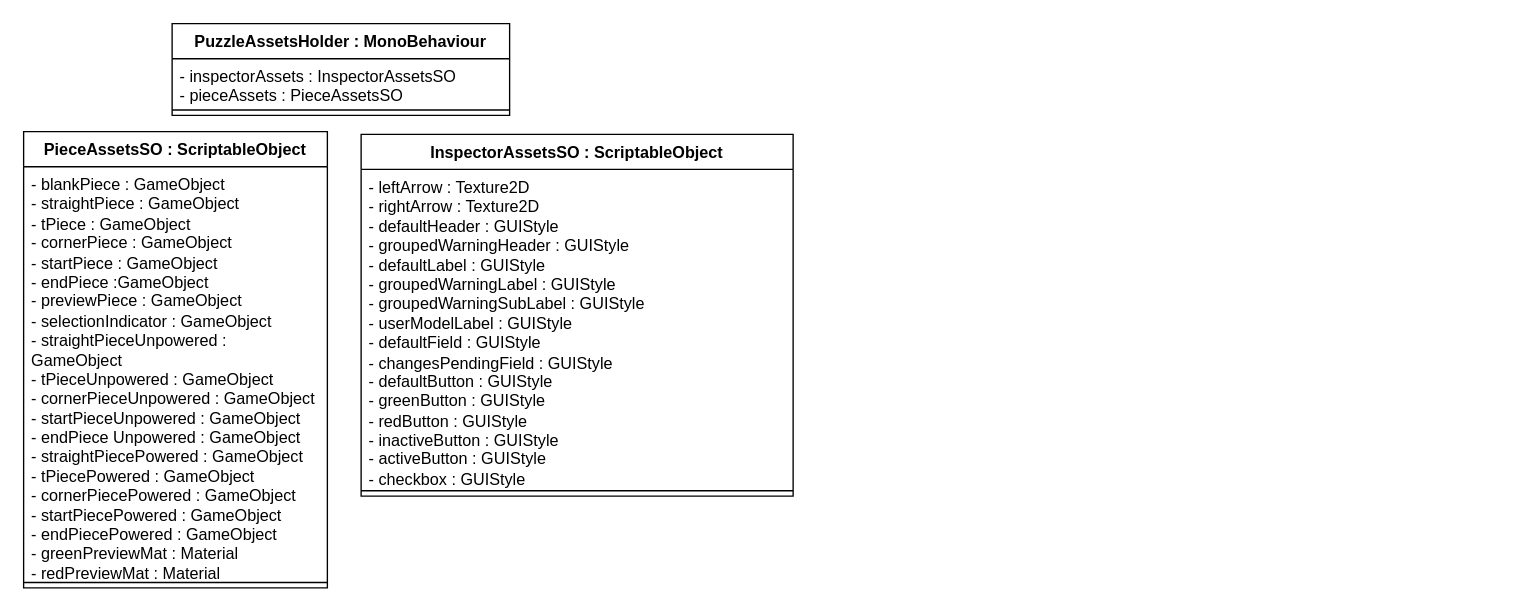
This is CircuitPuzzleDiagram.drawio from RafaelBarbosa1997/Circuit-Puzzle, a draw.io file, before an edit. Source tidied: cells renumbered, new cells numbered last; positions are measured from the earlier drawing's top-left corner, leaving out a move shared by most shapes. Both pictures are drawn from the tidied source at 135%, with x=0, y=0 at pixel (23, 23).
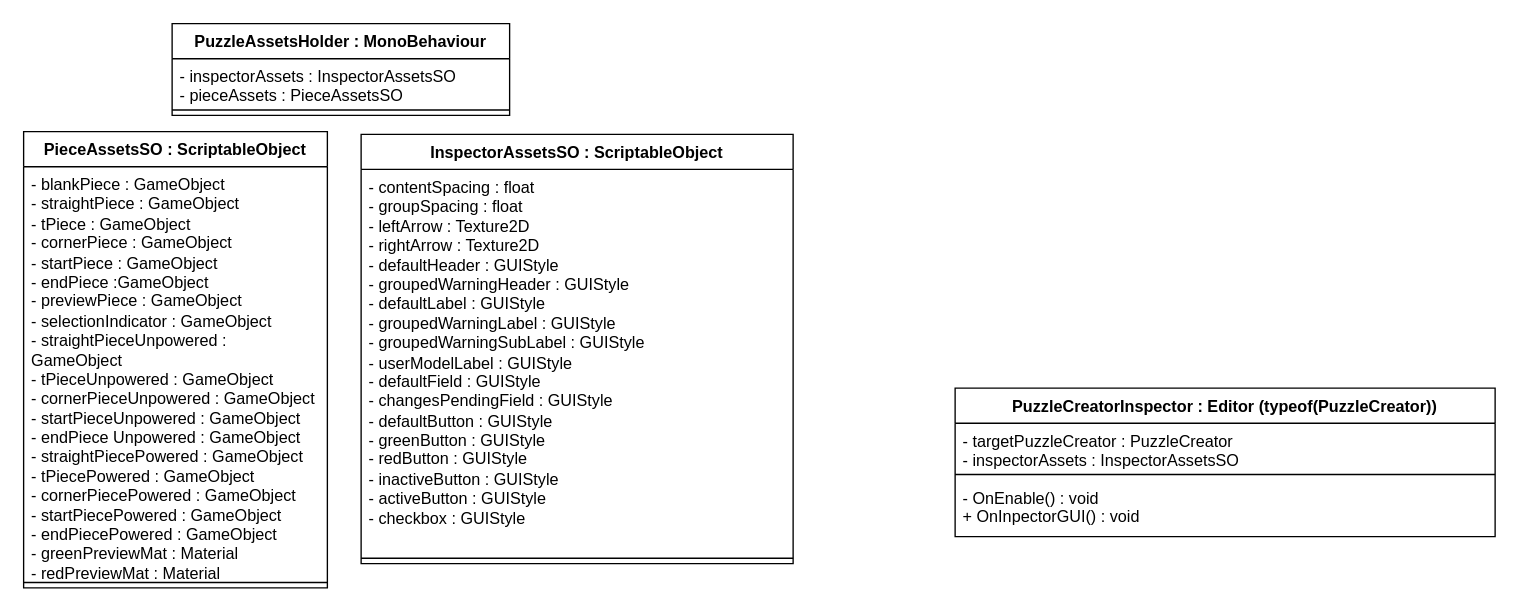
The same diagram, later.

Change to the diagram source:
```diff
@@
 <mxGraphModel>
   <root>
     <mxCell id="0" />
     <mxCell id="1" parent="0" />
     <mxCell id="2" value="PuzzleAssetsHolder : MonoBehaviour" style="swimlane;fontStyle=1;align=center;verticalAlign=top;horizontal=1;startSize=26;whiteSpace=wrap;html=1;" parent="1" vertex="1">
       <mxGeometry x="110" width="250" height="68" as="geometry" />
     </mxCell>
     <mxCell id="3" value="- inspectorAssets : InspectorAssetsSO&lt;div&gt;- pieceAssets : PieceAssetsSO&lt;/div&gt;" style="text;strokeColor=none;fillColor=none;align=left;verticalAlign=top;spacingLeft=4;spacingRight=4;overflow=hidden;whiteSpace=wrap;html=1;" parent="2" vertex="1">
       <mxGeometry y="26" width="250" height="34" as="geometry" />
     </mxCell>
     <mxCell id="4" style="line;strokeWidth=1;fillColor=none;align=left;verticalAlign=middle;spacingTop=-1;spacingLeft=3;spacingRight=3;labelPosition=right;strokeColor=inherit;" parent="2" vertex="1">
       <mxGeometry y="60" width="250" height="8" as="geometry" />
     </mxCell>
     <mxCell id="5" value="PieceAssetsSO : ScriptableObject" style="swimlane;fontStyle=1;align=center;verticalAlign=top;horizontal=1;startSize=26;whiteSpace=wrap;html=1;" parent="1" vertex="1">
       <mxGeometry y="80" width="225" height="338" as="geometry" />
     </mxCell>
     <mxCell id="6" value="- blankPiece : GameObject&lt;div&gt;- straightPiece : GameObject&lt;/div&gt;&lt;div&gt;- tPiece : GameObject&lt;/div&gt;&lt;div&gt;- cornerPiece : GameObject&lt;/div&gt;&lt;div&gt;- startPiece : GameObject&lt;/div&gt;&lt;div&gt;- endPiece :GameObject&lt;/div&gt;&lt;div&gt;- previewPiece : GameObject&lt;/div&gt;&lt;div&gt;- selectionIndicator : GameObject&lt;/div&gt;&lt;div&gt;- straightPieceUnpowered : GameObject&lt;/div&gt;&lt;div&gt;- tPieceUnpowered : GameObject&lt;/div&gt;&lt;div&gt;- cornerPieceUnpowered : GameObject&lt;/div&gt;&lt;div&gt;- startPieceUnpowered : GameObject&lt;/div&gt;&lt;div&gt;- endPiece Unpowered : GameObject&lt;/div&gt;&lt;div&gt;- straightPiecePowered : GameObject&lt;/div&gt;&lt;div&gt;- tPiecePowered : GameObject&lt;/div&gt;&lt;div&gt;- cornerPiecePowered : GameObject&lt;/div&gt;&lt;div&gt;- startPiecePowered : GameObject&lt;/div&gt;&lt;div&gt;- endPiecePowered : GameObject&lt;/div&gt;&lt;div&gt;- greenPreviewMat : Material&lt;/div&gt;&lt;div&gt;- redPreviewMat : Material&lt;/div&gt;" style="text;strokeColor=none;fillColor=none;align=left;verticalAlign=top;spacingLeft=4;spacingRight=4;overflow=hidden;whiteSpace=wrap;html=1;" parent="5" vertex="1">
       <mxGeometry y="26" width="225" height="304" as="geometry" />
     </mxCell>
     <mxCell id="7" style="line;strokeWidth=1;fillColor=none;align=left;verticalAlign=middle;spacingTop=-1;spacingLeft=3;spacingRight=3;labelPosition=right;strokeColor=inherit;" parent="5" vertex="1">
       <mxGeometry y="330" width="225" height="8" as="geometry" />
     </mxCell>
     <mxCell id="8" value="InspectorAssetsSO : ScriptableObject" style="swimlane;fontStyle=1;align=center;verticalAlign=top;horizontal=1;startSize=26;whiteSpace=wrap;html=1;" parent="1" vertex="1">
-      <mxGeometry x="250" y="82" width="320" height="268" as="geometry" />
+      <mxGeometry x="250" y="82" width="320" height="318" as="geometry" />
     </mxCell>
-    <mxCell id="9" value="- leftArrow : Texture2D&lt;div&gt;- rightArrow : Texture2D&lt;/div&gt;&lt;div&gt;- defaultHeader : GUIStyle&lt;/div&gt;&lt;div&gt;- groupedWarningHeader : GUIStyle&lt;/div&gt;&lt;div&gt;- defaultLabel : GUIStyle&lt;/div&gt;&lt;div&gt;- groupedWarningLabel : GUIStyle&lt;/div&gt;&lt;div&gt;- groupedWarningSubLabel : GUIStyle&lt;/div&gt;&lt;div&gt;- userModelLabel : GUIStyle&lt;/div&gt;&lt;div&gt;- defaultField : GUIStyle&lt;/div&gt;&lt;div&gt;- changesPendingField : GUIStyle&lt;/div&gt;&lt;div&gt;- defaultButton : GUIStyle&lt;/div&gt;&lt;div&gt;- greenButton : GUIStyle&lt;/div&gt;&lt;div&gt;- redButton : GUIStyle&lt;/div&gt;&lt;div&gt;- inactiveButton : GUIStyle&lt;/div&gt;&lt;div&gt;- activeButton : GUIStyle&lt;/div&gt;&lt;div&gt;- checkbox : GUIStyle&lt;/div&gt;" style="text;strokeColor=none;fillColor=none;align=left;verticalAlign=top;spacingLeft=4;spacingRight=4;overflow=hidden;whiteSpace=wrap;html=1;" parent="8" vertex="1">
-      <mxGeometry y="26" width="320" height="234" as="geometry" />
+    <mxCell id="9" value="&lt;div&gt;- contentSpacing : float&lt;/div&gt;&lt;div&gt;- groupSpacing : float&lt;/div&gt;- leftArrow : Texture2D&lt;div&gt;- rightArrow : Texture2D&lt;/div&gt;&lt;div&gt;- defaultHeader : GUIStyle&lt;/div&gt;&lt;div&gt;- groupedWarningHeader : GUIStyle&lt;/div&gt;&lt;div&gt;- defaultLabel : GUIStyle&lt;/div&gt;&lt;div&gt;- groupedWarningLabel : GUIStyle&lt;/div&gt;&lt;div&gt;- groupedWarningSubLabel : GUIStyle&lt;/div&gt;&lt;div&gt;- userModelLabel : GUIStyle&lt;/div&gt;&lt;div&gt;- defaultField : GUIStyle&lt;/div&gt;&lt;div&gt;- changesPendingField : GUIStyle&lt;/div&gt;&lt;div&gt;- defaultButton : GUIStyle&lt;/div&gt;&lt;div&gt;- greenButton : GUIStyle&lt;/div&gt;&lt;div&gt;- redButton : GUIStyle&lt;/div&gt;&lt;div&gt;- inactiveButton : GUIStyle&lt;/div&gt;&lt;div&gt;- activeButton : GUIStyle&lt;/div&gt;&lt;div&gt;- checkbox : GUIStyle&lt;/div&gt;" style="text;strokeColor=none;fillColor=none;align=left;verticalAlign=top;spacingLeft=4;spacingRight=4;overflow=hidden;whiteSpace=wrap;html=1;" parent="8" vertex="1">
+      <mxGeometry y="26" width="320" height="284" as="geometry" />
     </mxCell>
     <mxCell id="10" style="line;strokeWidth=1;fillColor=none;align=left;verticalAlign=middle;spacingTop=-1;spacingLeft=3;spacingRight=3;labelPosition=right;strokeColor=inherit;" parent="8" vertex="1">
-      <mxGeometry y="260" width="320" height="8" as="geometry" />
+      <mxGeometry y="310" width="320" height="8" as="geometry" />
     </mxCell>
+    <mxCell id="11" value="PuzzleCreatorInspector : Editor (typeof(PuzzleCreator))" style="swimlane;fontStyle=1;align=center;verticalAlign=top;horizontal=1;startSize=26;whiteSpace=wrap;html=1;" parent="1" vertex="1">
+      <mxGeometry x="690" y="270" width="400" height="110" as="geometry" />
+    </mxCell>
+    <mxCell id="12" value="- targetPuzzleCreator : PuzzleCreator&lt;div&gt;- inspectorAssets : InspectorAssetsSO&lt;/div&gt;" style="text;strokeColor=none;fillColor=none;align=left;verticalAlign=top;spacingLeft=4;spacingRight=4;overflow=hidden;whiteSpace=wrap;html=1;" parent="11" vertex="1">
+      <mxGeometry y="26" width="400" height="34" as="geometry" />
+    </mxCell>
+    <mxCell id="13" style="line;strokeWidth=1;fillColor=none;align=left;verticalAlign=middle;spacingTop=-1;spacingLeft=3;spacingRight=3;labelPosition=right;strokeColor=inherit;" parent="11" vertex="1">
+      <mxGeometry y="60" width="400" height="8" as="geometry" />
+    </mxCell>
+    <mxCell id="14" value="&lt;div&gt;- OnEnable() : void&lt;/div&gt;+ OnInpectorGUI() : void" style="text;strokeColor=none;fillColor=none;align=left;verticalAlign=top;spacingLeft=4;spacingRight=4;overflow=hidden;whiteSpace=wrap;html=1;" parent="11" vertex="1">
+      <mxGeometry y="68" width="400" height="42" as="geometry" />
+    </mxCell>
   </root>
 </mxGraphModel>
```
